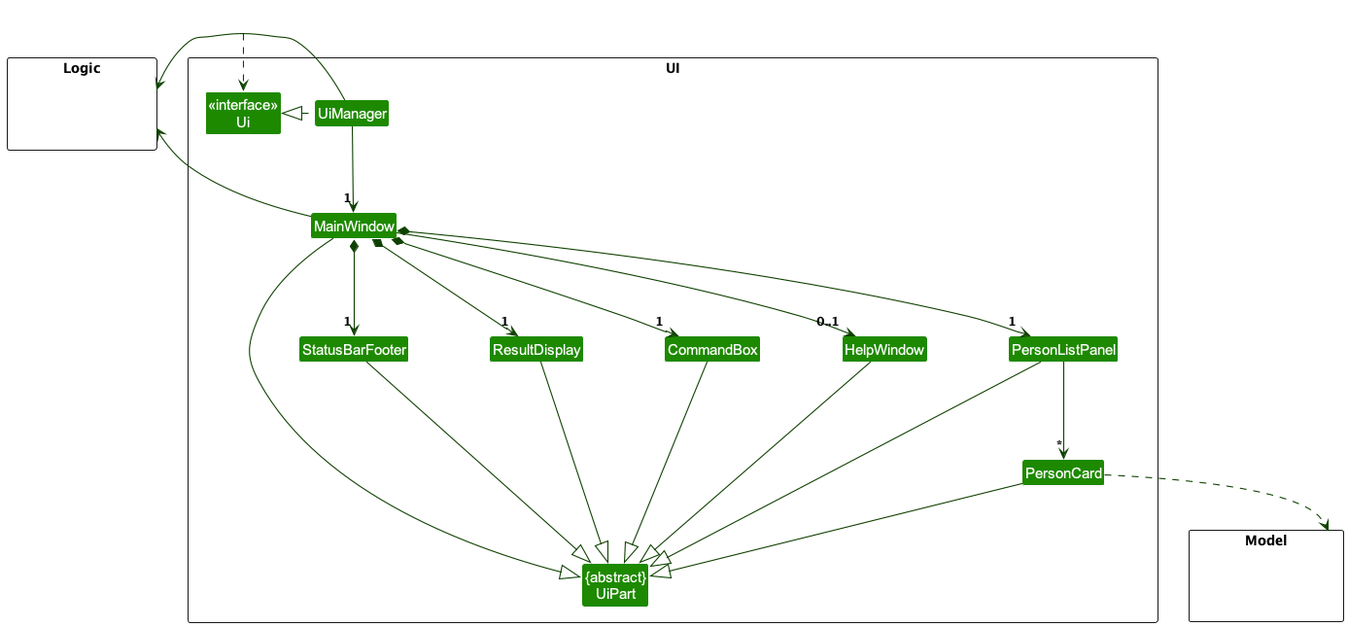
This is docs/diagrams/UiClassDiagram.png from isaacchua0309/tp, a PlantUML export, as it was before one commit. The source it was exported from:
```plantuml
@startuml
!include style.puml
skinparam arrowThickness 1.1
skinparam arrowColor UI_COLOR_T4
skinparam classBackgroundColor UI_COLOR

package UI <<Rectangle>>{
Class "<<interface>>\nUi" as Ui
Class "{abstract}\nUiPart" as UiPart
Class UiManager
Class MainWindow
Class HelpWindow
Class ResultDisplay
Class PersonListPanel
Class PersonCard
Class StatusBarFooter
Class CommandBox
}

package Model <<Rectangle>> {
Class HiddenModel #FFFFFF
}

package Logic <<Rectangle>> {
Class HiddenLogic #FFFFFF
}

Class HiddenOutside #FFFFFF
HiddenOutside ..> Ui

UiManager .left.|> Ui
UiManager -down-> "1" MainWindow
MainWindow *-down->  "1" CommandBox
MainWindow *-down-> "1" ResultDisplay
MainWindow *-down-> "1" PersonListPanel
MainWindow *-down-> "1" StatusBarFooter
MainWindow --> "0..1" HelpWindow

PersonListPanel -down-> "*" PersonCard

MainWindow -left-|> UiPart

ResultDisplay --|> UiPart
CommandBox --|> UiPart
PersonListPanel --|> UiPart
PersonCard --|> UiPart
StatusBarFooter --|> UiPart
HelpWindow --|> UiPart

PersonCard ..> Model
UiManager -right-> Logic
MainWindow -left-> Logic

PersonListPanel -[hidden]left- HelpWindow
HelpWindow -[hidden]left- CommandBox
CommandBox -[hidden]left- ResultDisplay
ResultDisplay -[hidden]left- StatusBarFooter

MainWindow -[hidden]-|> UiPart
@enduml
```
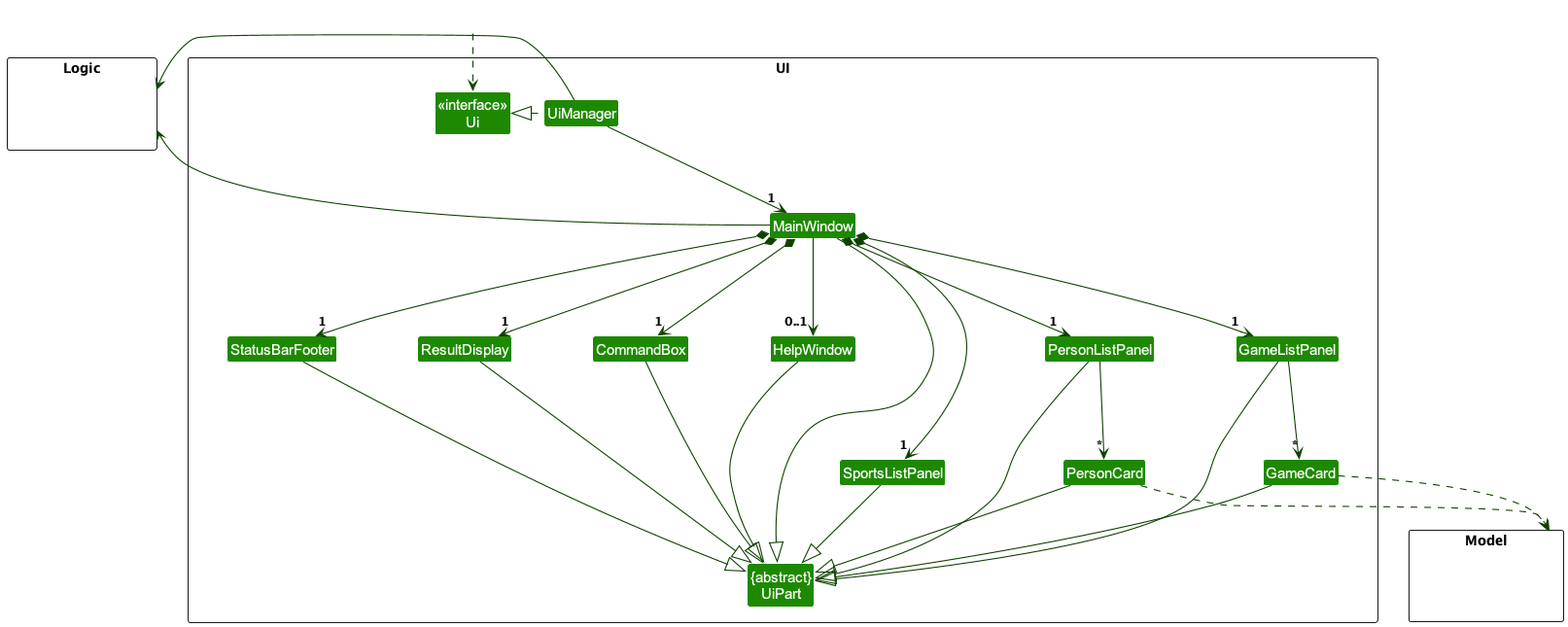
After the commit.

What changed in the source:
```diff
@@ -13,6 +13,9 @@
 Class ResultDisplay
 Class PersonListPanel
 Class PersonCard
+Class GameListPanel
+Class GameCard
+Class SportsListPanel
 Class StatusBarFooter
 Class CommandBox
 }
@@ -33,10 +36,13 @@
 MainWindow *-down->  "1" CommandBox
 MainWindow *-down-> "1" ResultDisplay
 MainWindow *-down-> "1" PersonListPanel
+MainWindow *-down-> "1" GameListPanel
+MainWindow *-down-> "1" SportsListPanel
 MainWindow *-down-> "1" StatusBarFooter
 MainWindow --> "0..1" HelpWindow
 
 PersonListPanel -down-> "*" PersonCard
+GameListPanel -down-> "*" GameCard
 
 MainWindow -left-|> UiPart
 
@@ -44,10 +50,14 @@
 CommandBox --|> UiPart
 PersonListPanel --|> UiPart
 PersonCard --|> UiPart
+GameListPanel --|> UiPart
+GameCard --|> UiPart
+SportsListPanel --|> UiPart
 StatusBarFooter --|> UiPart
 HelpWindow --|> UiPart
 
 PersonCard ..> Model
+GameCard ..> Model
 UiManager -right-> Logic
 MainWindow -left-> Logic
 
```
